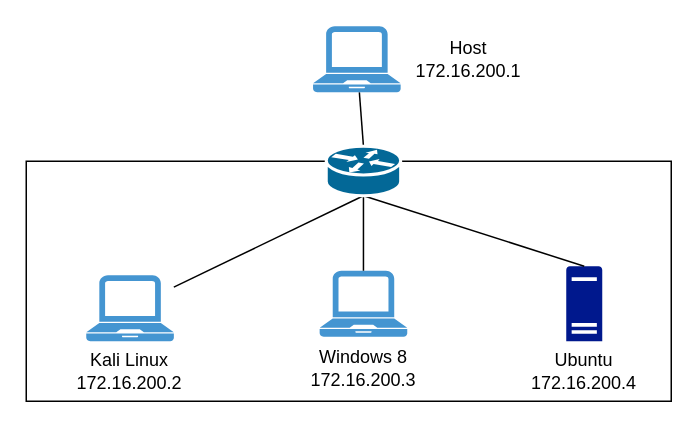
This is Untitled Diagram.drawio from wetofu/tes, a draw.io file, before an edit. Source tidied: cells renumbered, new cells numbered last; positions are measured from the earlier drawing's top-left corner, leaving out a move shared by most shapes. Both pictures are drawn from the tidied source at 150%, with x=0, y=0 at pixel (26, 26).
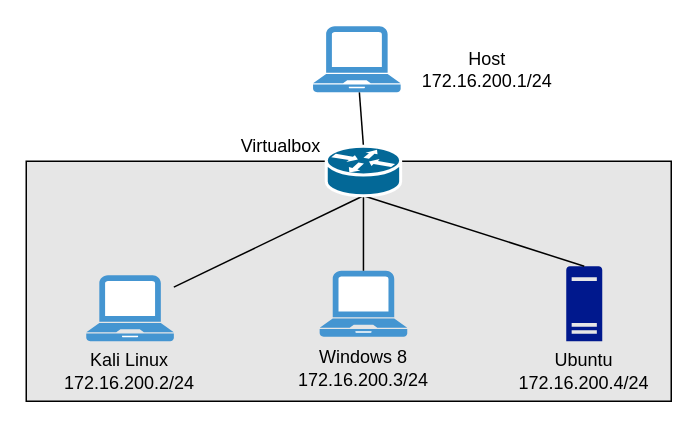
Above is the later version.

Change to the diagram source:
```diff
@@
 <mxGraphModel>
   <root>
     <mxCell id="0" />
     <mxCell id="1" parent="0" />
-    <mxCell id="2" style="rounded=0;whiteSpace=wrap;html=1;" parent="1" vertex="1">
+    <mxCell id="2" style="rounded=0;whiteSpace=wrap;html=1;fillColor=#E6E6E6;" parent="1" vertex="1">
       <mxGeometry y="90" width="430" height="160" as="geometry" />
     </mxCell>
     <mxCell id="3" style="rounded=0;jettySize=auto;html=1;entryX=0.5;entryY=0;entryDx=0;entryDy=0;entryPerimeter=0;endArrow=none;endFill=0;" parent="1" edge="1" source="4" target="11">
       <mxGeometry relative="1" as="geometry" />
     </mxCell>
     <mxCell id="4" style="shadow=0;dashed=0;html=1;strokeColor=none;fillColor=#4495D1;labelPosition=center;verticalLabelPosition=bottom;verticalAlign=top;align=center;outlineConnect=0;shape=mxgraph.veeam.laptop;" parent="1" vertex="1">
       <mxGeometry x="191.2" width="58.4" height="44" as="geometry" />
     </mxCell>
     <mxCell id="5" style="shadow=0;dashed=0;html=1;strokeColor=none;fillColor=#4495D1;labelPosition=center;verticalLabelPosition=bottom;verticalAlign=top;align=center;outlineConnect=0;shape=mxgraph.veeam.laptop;" parent="1" vertex="1">
       <mxGeometry x="40" y="166" width="58.4" height="44" as="geometry" />
     </mxCell>
     <mxCell id="6" style="shadow=0;dashed=0;html=1;strokeColor=none;fillColor=#4495D1;labelPosition=center;verticalLabelPosition=bottom;verticalAlign=top;align=center;outlineConnect=0;shape=mxgraph.veeam.laptop;" parent="1" vertex="1">
       <mxGeometry x="195.6" y="163" width="58.4" height="44" as="geometry" />
     </mxCell>
     <mxCell id="7" style="sketch=0;shadow=0;dashed=0;html=1;strokeColor=none;labelPosition=center;verticalLabelPosition=bottom;verticalAlign=top;align=center;fillColor=#00188D;shape=mxgraph.mscae.enterprise.server_generic;" parent="1" vertex="1">
       <mxGeometry x="360" y="160" width="24" height="50" as="geometry" />
     </mxCell>
     <mxCell id="8" style="rounded=0;jettySize=auto;html=1;exitX=0.5;exitY=1;exitDx=0;exitDy=0;exitPerimeter=0;endArrow=none;endFill=0;" parent="1" edge="1" source="11" target="5">
       <mxGeometry relative="1" as="geometry" />
     </mxCell>
     <mxCell id="9" style="rounded=0;jettySize=auto;html=1;exitX=0.5;exitY=1;exitDx=0;exitDy=0;exitPerimeter=0;endArrow=none;endFill=0;" parent="1" edge="1" source="11" target="6">
       <mxGeometry relative="1" as="geometry" />
     </mxCell>
     <mxCell id="10" style="rounded=0;jettySize=auto;html=1;exitX=0.5;exitY=1;exitDx=0;exitDy=0;exitPerimeter=0;entryX=0.5;entryY=0;entryDx=0;entryDy=0;entryPerimeter=0;endArrow=none;endFill=0;" parent="1" edge="1" source="11" target="7">
       <mxGeometry relative="1" as="geometry" />
     </mxCell>
     <mxCell id="11" style="shape=mxgraph.cisco.routers.router;html=1;dashed=0;fillColor=#036897;strokeColor=#ffffff;strokeWidth=2;verticalLabelPosition=bottom;verticalAlign=top;align=center;outlineConnect=0;" parent="1" vertex="1">
       <mxGeometry x="200" y="80" width="49.6" height="33" as="geometry" />
     </mxCell>
-    <mxCell id="12" value="&lt;div&gt;Kali Linux&lt;/div&gt;&lt;div&gt;172.16.200.2&lt;br&gt;&lt;/div&gt;" style="text;html=1;strokeColor=none;fillColor=none;align=center;verticalAlign=middle;whiteSpace=wrap;rounded=0;" parent="1" vertex="1">
+    <mxCell id="12" value="&lt;div&gt;Kali Linux&lt;/div&gt;&lt;div&gt;172.16.200.2/24&lt;br&gt;&lt;/div&gt;" style="text;html=1;strokeColor=none;fillColor=none;align=center;verticalAlign=middle;whiteSpace=wrap;rounded=0;" parent="1" vertex="1">
       <mxGeometry x="39.2" y="215" width="60" height="30" as="geometry" />
     </mxCell>
-    <mxCell id="13" value="&lt;div&gt;Host&lt;/div&gt;&lt;div&gt;172.16.200.1&lt;br&gt;&lt;/div&gt;" style="text;html=1;strokeColor=none;fillColor=none;align=center;verticalAlign=middle;whiteSpace=wrap;rounded=0;" parent="1" vertex="1">
-      <mxGeometry x="265" y="7" width="60" height="30" as="geometry" />
+    <mxCell id="13" value="&lt;div&gt;Host&lt;/div&gt;&lt;div&gt;172.16.200.1/24&lt;/div&gt;" style="text;html=1;strokeColor=none;fillColor=none;align=center;verticalAlign=middle;whiteSpace=wrap;rounded=0;" parent="1" vertex="1">
+      <mxGeometry x="249.6" y="14" width="115" height="30" as="geometry" />
     </mxCell>
-    <mxCell id="14" value="Windows 8&lt;br&gt;&lt;div&gt;172.16.200.3&lt;br&gt;&lt;/div&gt;" style="text;html=1;strokeColor=none;fillColor=none;align=center;verticalAlign=middle;whiteSpace=wrap;rounded=0;" parent="1" vertex="1">
+    <mxCell id="14" value="Windows 8&lt;br&gt;&lt;div&gt;172.16.200.3/24&lt;br&gt;&lt;/div&gt;" style="text;html=1;strokeColor=none;fillColor=none;align=center;verticalAlign=middle;whiteSpace=wrap;rounded=0;" parent="1" vertex="1">
       <mxGeometry x="187.6" y="213" width="74.4" height="30" as="geometry" />
     </mxCell>
-    <mxCell id="15" value="Ubuntu&lt;br&gt;&lt;div&gt;172.16.200.4&lt;br&gt;&lt;/div&gt;" style="text;html=1;strokeColor=none;fillColor=none;align=center;verticalAlign=middle;whiteSpace=wrap;rounded=0;" parent="1" vertex="1">
+    <mxCell id="15" value="Ubuntu&lt;br&gt;&lt;div&gt;172.16.200.4/24&lt;br&gt;&lt;/div&gt;" style="text;html=1;strokeColor=none;fillColor=none;align=center;verticalAlign=middle;whiteSpace=wrap;rounded=0;" parent="1" vertex="1">
       <mxGeometry x="334.8" y="215" width="74.4" height="30" as="geometry" />
     </mxCell>
+    <mxCell id="16" value="Virtualbox" style="text;html=1;strokeColor=none;fillColor=none;align=center;verticalAlign=middle;whiteSpace=wrap;rounded=0;" parent="1" vertex="1">
+      <mxGeometry x="140" y="65" width="60" height="30" as="geometry" />
+    </mxCell>
   </root>
 </mxGraphModel>
```
